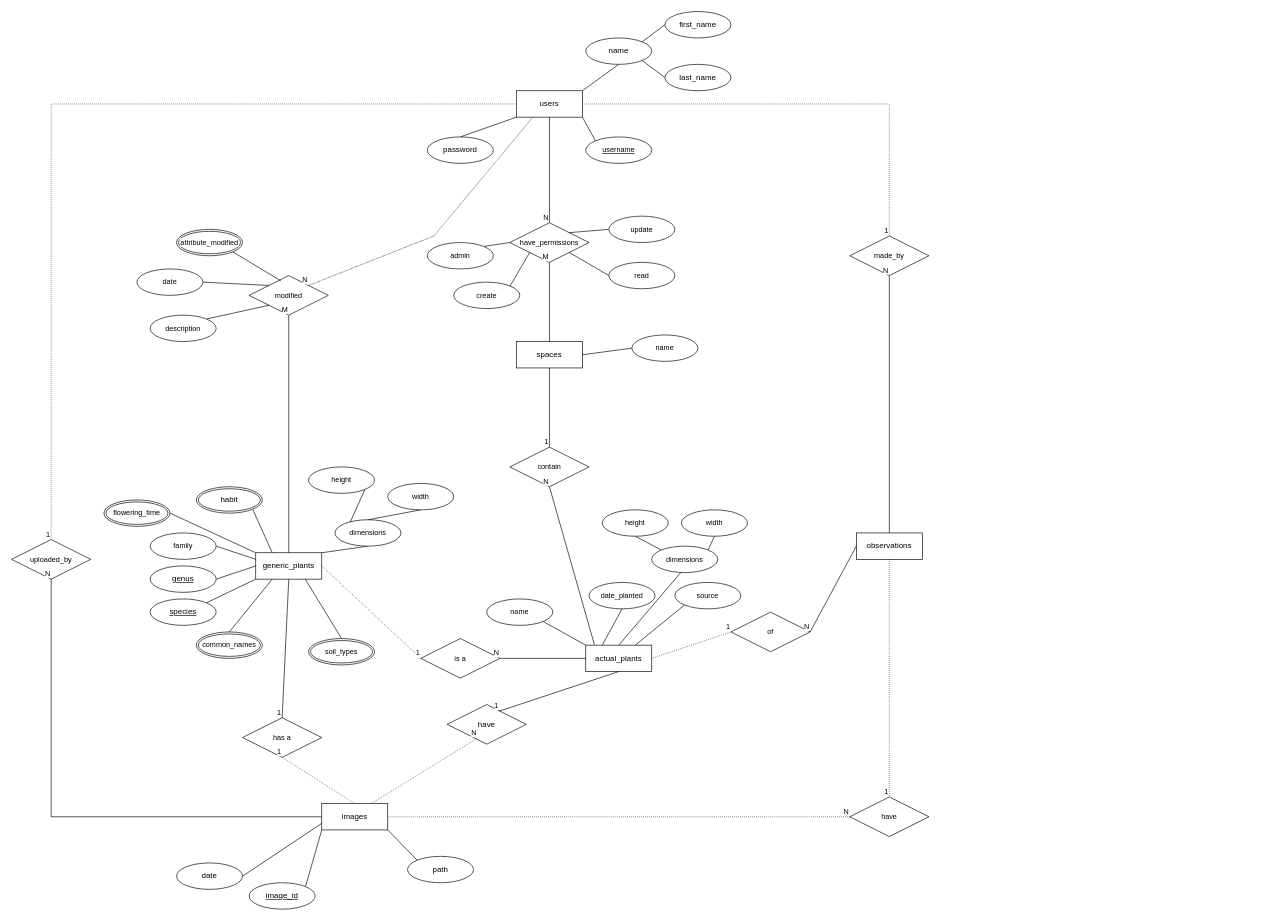
This is docs/eucalypto-erd.drawio from Grimcheese/Eucalypto, a draw.io file, before an edit. Source tidied: cells renumbered, new cells numbered last; positions are measured from the earlier drawing's top-left corner, leaving out a move shared by most shapes. Both pictures are drawn from the tidied source at 66%, with x=0, y=0 at pixel (11, 11).
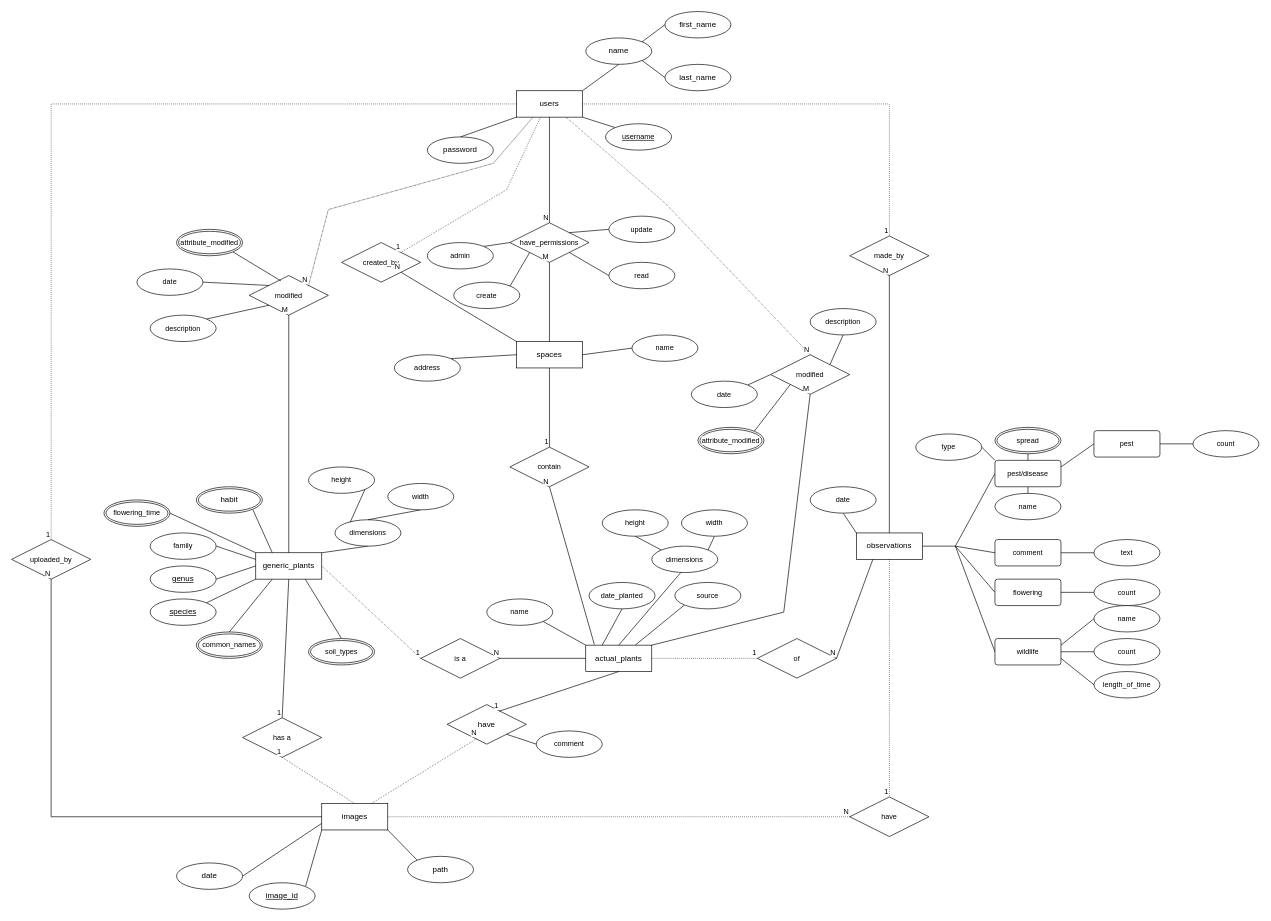
The same diagram, later.

The change refers to these unchanged cells:
```xml
<mxCell id="4" value="actual_plants" style="whiteSpace=wrap;html=1;align=center;fontSize=12;" parent="1" vertex="1">
  <mxGeometry x="870" y="960" width="100" height="40" as="geometry" />
</mxCell>
<mxCell id="18" value="users" style="whiteSpace=wrap;html=1;align=center;fontFamily=Helvetica;fontSize=12;fontColor=default;labelBackgroundColor=default;" parent="1" vertex="1">
  <mxGeometry x="765" y="120" width="100" height="40" as="geometry" />
</mxCell>
<mxCell id="19" value="observations" style="whiteSpace=wrap;html=1;align=center;fontFamily=Helvetica;fontSize=12;fontColor=default;labelBackgroundColor=default;" parent="1" vertex="1">
  <mxGeometry x="1280" y="790" width="100" height="40" as="geometry" />
</mxCell>
<mxCell id="20" value="&lt;div style=&quot;font-size: 12px;&quot;&gt;spaces&lt;/div&gt;" style="whiteSpace=wrap;html=1;align=center;fontFamily=Helvetica;fontSize=12;fontColor=default;labelBackgroundColor=default;" parent="1" vertex="1">
  <mxGeometry x="765" y="500" width="100" height="40" as="geometry" />
</mxCell>
<mxCell id="68" value="have" style="shape=rhombus;perimeter=rhombusPerimeter;whiteSpace=wrap;html=1;align=center;" parent="1" vertex="1">
  <mxGeometry x="660" y="1050" width="120" height="60" as="geometry" />
</mxCell>
<mxCell id="101" value="modified" style="shape=rhombus;perimeter=rhombusPerimeter;whiteSpace=wrap;html=1;align=center;fontFamily=Helvetica;fontSize=11;fontColor=default;labelBackgroundColor=default;" parent="1" vertex="1">
  <mxGeometry x="360" y="400" width="120" height="60" as="geometry" />
</mxCell>
```

What changed in the source:
```diff
@@
+    <mxCell id="122" style="edgeStyle=none;shape=connector;rounded=0;jettySize=auto;html=1;exitX=1;exitY=0.5;exitDx=0;exitDy=0;strokeColor=default;align=center;verticalAlign=middle;fontFamily=Helvetica;fontSize=11;fontColor=default;labelBackgroundColor=default;endArrow=none;endFill=0;" parent="1" edge="1" source="19">
+      <mxGeometry relative="1" as="geometry">
+        <mxPoint x="1430" y="810" as="targetPoint" />
+      </mxGeometry>
+    </mxCell>
@@
     <mxCell id="28" value="username" style="ellipse;whiteSpace=wrap;html=1;align=center;fontStyle=4;fontFamily=Helvetica;fontSize=11;fontColor=default;labelBackgroundColor=default;" parent="1" vertex="1">
-      <mxGeometry x="870" y="190" width="100" height="40" as="geometry" />
+      <mxGeometry x="900" y="170" width="100" height="40" as="geometry" />
     </mxCell>
@@
     <mxCell id="91" value="of" style="shape=rhombus;perimeter=rhombusPerimeter;whiteSpace=wrap;html=1;align=center;fontFamily=Helvetica;fontSize=11;fontColor=default;labelBackgroundColor=default;" parent="1" vertex="1">
-      <mxGeometry x="1090" y="910" width="120" height="60" as="geometry" />
+      <mxGeometry x="1130" y="950" width="120" height="60" as="geometry" />
     </mxCell>
-    <mxCell id="92" style="endArrow=none;html=1;rounded=0;strokeColor=default;align=center;verticalAlign=middle;fontFamily=Helvetica;fontSize=11;fontColor=default;labelBackgroundColor=default;edgeStyle=none;entryX=1;entryY=0.5;entryDx=0;entryDy=0;exitX=0;exitY=0.5;exitDx=0;exitDy=0;" parent="1" edge="1" source="19" target="91">
+    <mxCell id="92" style="endArrow=none;html=1;rounded=0;strokeColor=default;align=center;verticalAlign=middle;fontFamily=Helvetica;fontSize=11;fontColor=default;labelBackgroundColor=default;edgeStyle=none;entryX=1;entryY=0.5;entryDx=0;entryDy=0;exitX=0.25;exitY=1;exitDx=0;exitDy=0;" parent="1" edge="1" source="19" target="91">
       <mxGeometry relative="1" as="geometry" />
     </mxCell>
@@
     <mxCell id="102" style="endArrow=none;html=1;rounded=0;strokeColor=default;align=center;verticalAlign=middle;fontFamily=Helvetica;fontSize=11;fontColor=default;labelBackgroundColor=default;edgeStyle=none;entryX=1;entryY=0;entryDx=0;entryDy=0;exitX=0.25;exitY=1;exitDx=0;exitDy=0;dashed=1;dashPattern=1 1;" parent="1" edge="1" source="18" target="101">
       <mxGeometry relative="1" as="geometry">
         <Array as="points">
-          <mxPoint x="640" y="340" />
+          <mxPoint x="730" y="230" />
+          <mxPoint x="480" y="300" />
         </Array>
       </mxGeometry>
     </mxCell>
@@
+    <mxCell id="123" value="modified" style="shape=rhombus;perimeter=rhombusPerimeter;whiteSpace=wrap;html=1;align=center;fontFamily=Helvetica;fontSize=11;fontColor=default;labelBackgroundColor=default;" parent="1" vertex="1">
+      <mxGeometry x="1150" y="520" width="120" height="60" as="geometry" />
+    </mxCell>
+    <mxCell id="124" style="endArrow=none;html=1;rounded=0;dashed=1;dashPattern=1 2;strokeColor=default;align=center;verticalAlign=middle;fontFamily=Helvetica;fontSize=11;fontColor=default;labelBackgroundColor=default;edgeStyle=none;entryX=0.5;entryY=0;entryDx=0;entryDy=0;exitX=0.75;exitY=1;exitDx=0;exitDy=0;" parent="1" edge="1" source="18" target="123">
+      <mxGeometry relative="1" as="geometry">
+        <Array as="points">
+          <mxPoint x="990" y="290" />
+        </Array>
+      </mxGeometry>
+    </mxCell>
+    <mxCell id="125" value="N" style="html=1;whiteSpace=wrap;align=right;verticalAlign=bottom;fontFamily=Helvetica;fontSize=11;fontColor=default;labelBackgroundColor=default;" parent="124" vertex="1">
+      <mxGeometry x="1" relative="1" as="geometry" />
+    </mxCell>
+    <mxCell id="126" style="endArrow=none;html=1;rounded=0;strokeColor=default;align=center;verticalAlign=middle;fontFamily=Helvetica;fontSize=11;fontColor=default;labelBackgroundColor=default;edgeStyle=none;entryX=0.5;entryY=1;entryDx=0;entryDy=0;exitX=1;exitY=0;exitDx=0;exitDy=0;" parent="1" edge="1" source="4" target="123">
+      <mxGeometry relative="1" as="geometry">
+        <Array as="points">
+          <mxPoint x="1170" y="910" />
+        </Array>
+      </mxGeometry>
+    </mxCell>
+    <mxCell id="127" value="M" style="html=1;whiteSpace=wrap;align=right;verticalAlign=bottom;fontFamily=Helvetica;fontSize=11;fontColor=default;labelBackgroundColor=default;" parent="126" vertex="1">
+      <mxGeometry x="1" relative="1" as="geometry" />
+    </mxCell>
+    <mxCell id="128" style="edgeStyle=none;shape=connector;rounded=0;jettySize=auto;html=1;exitX=1;exitY=0;exitDx=0;exitDy=0;entryX=0;entryY=0.5;entryDx=0;entryDy=0;strokeColor=default;align=center;verticalAlign=middle;fontFamily=Helvetica;fontSize=11;fontColor=default;labelBackgroundColor=default;endArrow=none;endFill=0;" parent="1" edge="1" source="129" target="123">
+      <mxGeometry relative="1" as="geometry" />
+    </mxCell>
+    <mxCell id="129" value="date" style="ellipse;whiteSpace=wrap;html=1;align=center;fontFamily=Helvetica;fontSize=11;fontColor=default;labelBackgroundColor=default;" parent="1" vertex="1">
+      <mxGeometry x="1030" y="560" width="100" height="40" as="geometry" />
+    </mxCell>
+    <mxCell id="130" style="edgeStyle=none;shape=connector;rounded=0;jettySize=auto;html=1;exitX=0.5;exitY=1;exitDx=0;exitDy=0;entryX=1;entryY=0;entryDx=0;entryDy=0;strokeColor=default;align=center;verticalAlign=middle;fontFamily=Helvetica;fontSize=11;fontColor=default;labelBackgroundColor=default;endArrow=none;endFill=0;" parent="1" edge="1" source="131" target="123">
+      <mxGeometry relative="1" as="geometry" />
+    </mxCell>
+    <mxCell id="131" value="description" style="ellipse;whiteSpace=wrap;html=1;align=center;fontFamily=Helvetica;fontSize=11;fontColor=default;labelBackgroundColor=default;" parent="1" vertex="1">
+      <mxGeometry x="1210" y="450" width="100" height="40" as="geometry" />
+    </mxCell>
+    <mxCell id="132" style="edgeStyle=none;shape=connector;rounded=0;jettySize=auto;html=1;exitX=1;exitY=0;exitDx=0;exitDy=0;entryX=0;entryY=1;entryDx=0;entryDy=0;strokeColor=default;align=center;verticalAlign=middle;fontFamily=Helvetica;fontSize=11;fontColor=default;labelBackgroundColor=default;endArrow=none;endFill=0;" parent="1" edge="1" source="133" target="123">
+      <mxGeometry relative="1" as="geometry" />
+    </mxCell>
+    <mxCell id="133" value="attribute_modified" style="ellipse;shape=doubleEllipse;margin=3;whiteSpace=wrap;html=1;align=center;fontFamily=Helvetica;fontSize=11;fontColor=default;labelBackgroundColor=default;" parent="1" vertex="1">
+      <mxGeometry x="1040" y="630" width="100" height="40" as="geometry" />
+    </mxCell>
+    <mxCell id="134" style="edgeStyle=none;shape=connector;rounded=0;jettySize=auto;html=1;exitX=1;exitY=0;exitDx=0;exitDy=0;entryX=0;entryY=0.5;entryDx=0;entryDy=0;strokeColor=default;align=center;verticalAlign=middle;fontFamily=Helvetica;fontSize=11;fontColor=default;labelBackgroundColor=default;endArrow=none;endFill=0;" parent="1" edge="1" source="135" target="20">
+      <mxGeometry relative="1" as="geometry" />
+    </mxCell>
+    <mxCell id="135" value="address" style="ellipse;whiteSpace=wrap;html=1;align=center;fontFamily=Helvetica;fontSize=11;fontColor=default;labelBackgroundColor=default;" parent="1" vertex="1">
+      <mxGeometry x="580" y="520" width="100" height="40" as="geometry" />
+    </mxCell>
+    <mxCell id="136" style="edgeStyle=none;shape=connector;rounded=0;jettySize=auto;html=1;exitX=0;exitY=0.5;exitDx=0;exitDy=0;entryX=1;entryY=0.25;entryDx=0;entryDy=0;strokeColor=default;align=center;verticalAlign=middle;fontFamily=Helvetica;fontSize=11;fontColor=default;labelBackgroundColor=default;endArrow=none;endFill=0;" parent="1" edge="1" source="137" target="164">
+      <mxGeometry relative="1" as="geometry" />
+    </mxCell>
+    <mxCell id="137" value="pest" style="rounded=1;arcSize=10;whiteSpace=wrap;html=1;align=center;fontFamily=Helvetica;fontSize=11;fontColor=default;labelBackgroundColor=default;" parent="1" vertex="1">
+      <mxGeometry x="1640" y="635" width="100" height="40" as="geometry" />
+    </mxCell>
+    <mxCell id="138" style="edgeStyle=none;shape=connector;rounded=0;jettySize=auto;html=1;exitX=0;exitY=0.5;exitDx=0;exitDy=0;strokeColor=default;align=center;verticalAlign=middle;fontFamily=Helvetica;fontSize=11;fontColor=default;labelBackgroundColor=default;endArrow=none;endFill=0;" parent="1" edge="1" source="139">
+      <mxGeometry relative="1" as="geometry">
+        <mxPoint x="1430" y="810" as="targetPoint" />
+      </mxGeometry>
+    </mxCell>
+    <mxCell id="139" value="comment" style="rounded=1;arcSize=10;whiteSpace=wrap;html=1;align=center;fontFamily=Helvetica;fontSize=11;fontColor=default;labelBackgroundColor=default;" parent="1" vertex="1">
+      <mxGeometry x="1490" y="800" width="100" height="40" as="geometry" />
+    </mxCell>
+    <mxCell id="140" style="edgeStyle=none;shape=connector;rounded=0;jettySize=auto;html=1;exitX=0;exitY=0.5;exitDx=0;exitDy=0;strokeColor=default;align=center;verticalAlign=middle;fontFamily=Helvetica;fontSize=11;fontColor=default;labelBackgroundColor=default;endArrow=none;endFill=0;" parent="1" edge="1" source="141">
+      <mxGeometry relative="1" as="geometry">
+        <mxPoint x="1430" y="810" as="targetPoint" />
+      </mxGeometry>
+    </mxCell>
+    <mxCell id="141" value="flowering" style="rounded=1;arcSize=10;whiteSpace=wrap;html=1;align=center;fontFamily=Helvetica;fontSize=11;fontColor=default;labelBackgroundColor=default;" parent="1" vertex="1">
+      <mxGeometry x="1490" y="860" width="100" height="40" as="geometry" />
+    </mxCell>
+    <mxCell id="142" style="edgeStyle=none;shape=connector;rounded=0;jettySize=auto;html=1;exitX=0.5;exitY=1;exitDx=0;exitDy=0;entryX=0;entryY=0;entryDx=0;entryDy=0;strokeColor=default;align=center;verticalAlign=middle;fontFamily=Helvetica;fontSize=11;fontColor=default;labelBackgroundColor=default;endArrow=none;endFill=0;" parent="1" edge="1" source="143" target="19">
+      <mxGeometry relative="1" as="geometry" />
+    </mxCell>
+    <mxCell id="143" value="date" style="ellipse;whiteSpace=wrap;html=1;align=center;fontFamily=Helvetica;fontSize=11;fontColor=default;labelBackgroundColor=default;" parent="1" vertex="1">
+      <mxGeometry x="1210" y="720" width="100" height="40" as="geometry" />
+    </mxCell>
+    <mxCell id="144" style="edgeStyle=none;shape=connector;rounded=0;jettySize=auto;html=1;exitX=0;exitY=0.5;exitDx=0;exitDy=0;entryX=1;entryY=1;entryDx=0;entryDy=0;strokeColor=default;align=center;verticalAlign=middle;fontFamily=Helvetica;fontSize=11;fontColor=default;labelBackgroundColor=default;endArrow=none;endFill=0;" parent="1" edge="1" source="145" target="68">
+      <mxGeometry relative="1" as="geometry" />
+    </mxCell>
+    <mxCell id="145" value="comment" style="ellipse;whiteSpace=wrap;html=1;align=center;fontFamily=Helvetica;fontSize=11;fontColor=default;labelBackgroundColor=default;" parent="1" vertex="1">
+      <mxGeometry x="795" y="1090" width="100" height="40" as="geometry" />
+    </mxCell>
+    <mxCell id="146" style="edgeStyle=none;shape=connector;rounded=0;jettySize=auto;html=1;exitX=0;exitY=0.5;exitDx=0;exitDy=0;strokeColor=default;align=center;verticalAlign=middle;fontFamily=Helvetica;fontSize=11;fontColor=default;labelBackgroundColor=default;endArrow=none;endFill=0;" parent="1" edge="1" source="147">
+      <mxGeometry relative="1" as="geometry">
+        <mxPoint x="1430" y="810" as="targetPoint" />
+      </mxGeometry>
+    </mxCell>
+    <mxCell id="147" value="wildlife" style="rounded=1;arcSize=10;whiteSpace=wrap;html=1;align=center;fontFamily=Helvetica;fontSize=11;fontColor=default;labelBackgroundColor=default;" parent="1" vertex="1">
+      <mxGeometry x="1490" y="950" width="100" height="40" as="geometry" />
+    </mxCell>
+    <mxCell id="148" style="edgeStyle=none;shape=connector;rounded=0;jettySize=auto;html=1;exitX=0;exitY=0.5;exitDx=0;exitDy=0;entryX=1;entryY=0.5;entryDx=0;entryDy=0;strokeColor=default;align=center;verticalAlign=middle;fontFamily=Helvetica;fontSize=11;fontColor=default;labelBackgroundColor=default;endArrow=none;endFill=0;" parent="1" edge="1" source="149" target="141">
+      <mxGeometry relative="1" as="geometry" />
+    </mxCell>
+    <mxCell id="149" value="count" style="ellipse;whiteSpace=wrap;html=1;align=center;fontFamily=Helvetica;fontSize=11;fontColor=default;labelBackgroundColor=default;" parent="1" vertex="1">
+      <mxGeometry x="1640" y="860" width="100" height="40" as="geometry" />
+    </mxCell>
+    <mxCell id="150" style="edgeStyle=none;shape=connector;rounded=0;jettySize=auto;html=1;exitX=0;exitY=0.5;exitDx=0;exitDy=0;entryX=1;entryY=0.25;entryDx=0;entryDy=0;strokeColor=default;align=center;verticalAlign=middle;fontFamily=Helvetica;fontSize=11;fontColor=default;labelBackgroundColor=default;endArrow=none;endFill=0;" parent="1" edge="1" source="151" target="147">
+      <mxGeometry relative="1" as="geometry" />
+    </mxCell>
+    <mxCell id="151" value="name" style="ellipse;whiteSpace=wrap;html=1;align=center;fontFamily=Helvetica;fontSize=11;fontColor=default;labelBackgroundColor=default;" parent="1" vertex="1">
+      <mxGeometry x="1640" y="900" width="100" height="40" as="geometry" />
+    </mxCell>
+    <mxCell id="152" style="edgeStyle=none;shape=connector;rounded=0;jettySize=auto;html=1;exitX=0;exitY=0.5;exitDx=0;exitDy=0;entryX=1;entryY=0.5;entryDx=0;entryDy=0;strokeColor=default;align=center;verticalAlign=middle;fontFamily=Helvetica;fontSize=11;fontColor=default;labelBackgroundColor=default;endArrow=none;endFill=0;" parent="1" edge="1" source="153" target="147">
+      <mxGeometry relative="1" as="geometry" />
+    </mxCell>
+    <mxCell id="153" value="count" style="ellipse;whiteSpace=wrap;html=1;align=center;fontFamily=Helvetica;fontSize=11;fontColor=default;labelBackgroundColor=default;" parent="1" vertex="1">
+      <mxGeometry x="1640" y="950" width="100" height="40" as="geometry" />
+    </mxCell>
+    <mxCell id="154" style="edgeStyle=none;shape=connector;rounded=0;jettySize=auto;html=1;exitX=0;exitY=0.5;exitDx=0;exitDy=0;entryX=1;entryY=0.75;entryDx=0;entryDy=0;strokeColor=default;align=center;verticalAlign=middle;fontFamily=Helvetica;fontSize=11;fontColor=default;labelBackgroundColor=default;endArrow=none;endFill=0;" parent="1" edge="1" source="155" target="147">
+      <mxGeometry relative="1" as="geometry" />
+    </mxCell>
+    <mxCell id="155" value="length_of_time" style="ellipse;whiteSpace=wrap;html=1;align=center;fontFamily=Helvetica;fontSize=11;fontColor=default;labelBackgroundColor=default;" parent="1" vertex="1">
+      <mxGeometry x="1640" y="1000" width="100" height="40" as="geometry" />
+    </mxCell>
+    <mxCell id="156" style="edgeStyle=none;shape=connector;rounded=0;jettySize=auto;html=1;exitX=0;exitY=0.5;exitDx=0;exitDy=0;entryX=1;entryY=0.5;entryDx=0;entryDy=0;strokeColor=default;align=center;verticalAlign=middle;fontFamily=Helvetica;fontSize=11;fontColor=default;labelBackgroundColor=default;endArrow=none;endFill=0;" parent="1" edge="1" source="157" target="139">
+      <mxGeometry relative="1" as="geometry" />
+    </mxCell>
+    <mxCell id="157" value="text" style="ellipse;whiteSpace=wrap;html=1;align=center;fontFamily=Helvetica;fontSize=11;fontColor=default;labelBackgroundColor=default;" parent="1" vertex="1">
+      <mxGeometry x="1640" y="800" width="100" height="40" as="geometry" />
+    </mxCell>
+    <mxCell id="158" value="name" style="ellipse;whiteSpace=wrap;html=1;align=center;fontFamily=Helvetica;fontSize=11;fontColor=default;labelBackgroundColor=default;" parent="1" vertex="1">
+      <mxGeometry x="1490" y="730" width="100" height="40" as="geometry" />
+    </mxCell>
+    <mxCell id="159" style="edgeStyle=none;shape=connector;rounded=0;jettySize=auto;html=1;exitX=0.5;exitY=1;exitDx=0;exitDy=0;entryX=0.5;entryY=0;entryDx=0;entryDy=0;strokeColor=default;align=center;verticalAlign=middle;fontFamily=Helvetica;fontSize=11;fontColor=default;labelBackgroundColor=default;endArrow=none;endFill=0;" parent="1" edge="1" target="164">
+      <mxGeometry relative="1" as="geometry">
+        <mxPoint x="1540" y="670" as="sourcePoint" />
+      </mxGeometry>
+    </mxCell>
+    <mxCell id="160" style="edgeStyle=none;shape=connector;rounded=0;jettySize=auto;html=1;exitX=0;exitY=0.5;exitDx=0;exitDy=0;entryX=1;entryY=0.5;entryDx=0;entryDy=0;strokeColor=default;align=center;verticalAlign=middle;fontFamily=Helvetica;fontSize=11;fontColor=default;labelBackgroundColor=default;endArrow=none;endFill=0;" parent="1" edge="1" source="161" target="137">
+      <mxGeometry relative="1" as="geometry" />
+    </mxCell>
+    <mxCell id="161" value="count" style="ellipse;whiteSpace=wrap;html=1;align=center;fontFamily=Helvetica;fontSize=11;fontColor=default;labelBackgroundColor=default;" parent="1" vertex="1">
+      <mxGeometry x="1790" y="635" width="100" height="40" as="geometry" />
+    </mxCell>
+    <mxCell id="162" style="edgeStyle=none;shape=connector;rounded=0;jettySize=auto;html=1;exitX=0.5;exitY=1;exitDx=0;exitDy=0;entryX=0.5;entryY=0;entryDx=0;entryDy=0;strokeColor=default;align=center;verticalAlign=middle;fontFamily=Helvetica;fontSize=11;fontColor=default;labelBackgroundColor=default;endArrow=none;endFill=0;" parent="1" edge="1" source="164" target="158">
+      <mxGeometry relative="1" as="geometry" />
+    </mxCell>
+    <mxCell id="163" style="edgeStyle=none;shape=connector;rounded=0;jettySize=auto;html=1;exitX=0;exitY=0.5;exitDx=0;exitDy=0;strokeColor=default;align=center;verticalAlign=middle;fontFamily=Helvetica;fontSize=11;fontColor=default;labelBackgroundColor=default;endArrow=none;endFill=0;" parent="1" edge="1" source="164">
+      <mxGeometry relative="1" as="geometry">
+        <mxPoint x="1430" y="810" as="targetPoint" />
+      </mxGeometry>
+    </mxCell>
+    <mxCell id="164" value="pest/disease" style="rounded=1;arcSize=10;whiteSpace=wrap;html=1;align=center;fontFamily=Helvetica;fontSize=11;fontColor=default;labelBackgroundColor=default;" parent="1" vertex="1">
+      <mxGeometry x="1490" y="680" width="100" height="40" as="geometry" />
+    </mxCell>
+    <mxCell id="165" style="edgeStyle=none;shape=connector;rounded=0;jettySize=auto;html=1;exitX=1;exitY=0.5;exitDx=0;exitDy=0;entryX=0;entryY=0;entryDx=0;entryDy=0;strokeColor=default;align=center;verticalAlign=middle;fontFamily=Helvetica;fontSize=11;fontColor=default;labelBackgroundColor=default;endArrow=none;endFill=0;" parent="1" edge="1" source="166" target="164">
+      <mxGeometry relative="1" as="geometry" />
+    </mxCell>
+    <mxCell id="166" value="type" style="ellipse;whiteSpace=wrap;html=1;align=center;fontFamily=Helvetica;fontSize=11;fontColor=default;labelBackgroundColor=default;" parent="1" vertex="1">
+      <mxGeometry x="1370" y="640" width="100" height="40" as="geometry" />
+    </mxCell>
+    <mxCell id="167" value="spread" style="ellipse;shape=doubleEllipse;margin=3;whiteSpace=wrap;html=1;align=center;fontFamily=Helvetica;fontSize=11;fontColor=default;labelBackgroundColor=default;" parent="1" vertex="1">
+      <mxGeometry x="1490" y="630" width="100" height="40" as="geometry" />
+    </mxCell>
+    <mxCell id="168" value="created_by" style="shape=rhombus;perimeter=rhombusPerimeter;whiteSpace=wrap;html=1;align=center;fontFamily=Helvetica;fontSize=11;fontColor=default;labelBackgroundColor=default;" parent="1" vertex="1">
+      <mxGeometry x="500" y="350" width="120" height="60" as="geometry" />
+    </mxCell>
+    <mxCell id="169" style="endArrow=none;html=1;rounded=0;strokeColor=default;align=center;verticalAlign=middle;fontFamily=Helvetica;fontSize=11;fontColor=default;labelBackgroundColor=default;edgeStyle=none;entryX=1;entryY=1;entryDx=0;entryDy=0;exitX=0;exitY=0;exitDx=0;exitDy=0;" parent="1" edge="1" source="20" target="168">
+      <mxGeometry relative="1" as="geometry" />
+    </mxCell>
+    <mxCell id="170" value="N" style="html=1;whiteSpace=wrap;align=right;verticalAlign=bottom;fontFamily=Helvetica;fontSize=11;fontColor=default;labelBackgroundColor=default;" parent="169" vertex="1">
+      <mxGeometry x="1" relative="1" as="geometry" />
+    </mxCell>
+    <mxCell id="171" style="endArrow=none;html=1;rounded=0;dashed=1;dashPattern=1 2;strokeColor=default;align=center;verticalAlign=middle;fontFamily=Helvetica;fontSize=11;fontColor=default;labelBackgroundColor=default;edgeStyle=none;entryX=1;entryY=0;entryDx=0;entryDy=0;exitX=0.36;exitY=1.025;exitDx=0;exitDy=0;exitPerimeter=0;" parent="1" edge="1" source="18" target="168">
+      <mxGeometry relative="1" as="geometry">
+        <Array as="points">
+          <mxPoint x="750" y="270" />
+        </Array>
+      </mxGeometry>
+    </mxCell>
+    <mxCell id="172" value="1" style="html=1;whiteSpace=wrap;align=right;verticalAlign=bottom;fontFamily=Helvetica;fontSize=11;fontColor=default;labelBackgroundColor=default;" parent="171" vertex="1">
+      <mxGeometry x="1" relative="1" as="geometry" />
+    </mxCell>
```
